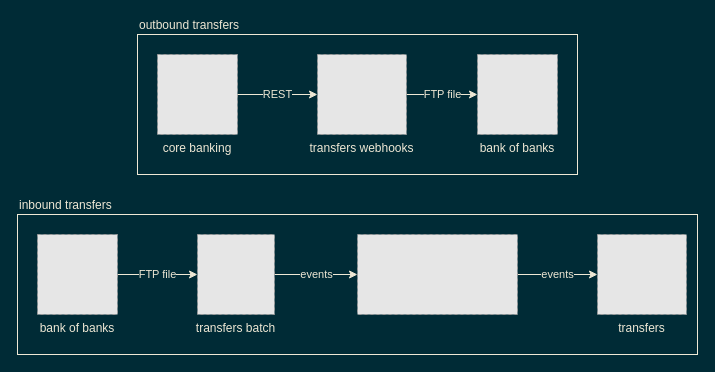
raulmiraoliver/shopify-tech_deep_dive keeps this draw.io diagram as svg-drawio/external/components.drawio. Above is the earlier version. Source tidied: cells renumbered, new cells numbered last; positions are measured from the earlier drawing's top-left corner, leaving out a move shared by most shapes. Both pictures are drawn from the tidied source at 100%, with x=0, y=0 at pixel (17, 34). Pictures stored in the file or linked from it are replaced by grey dashed boxes.
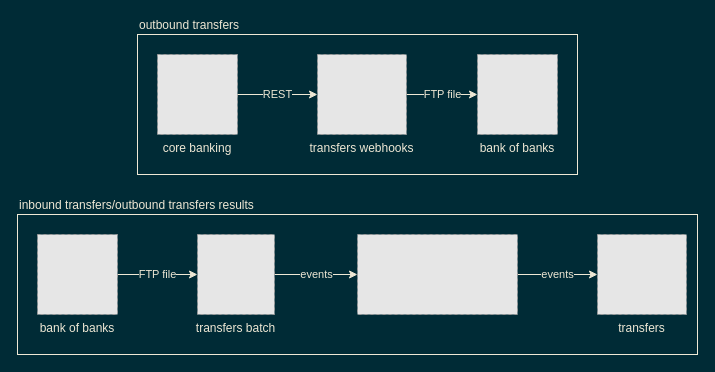
After the change.

Commit message (it also covers changes not shown here):
outbound transfer response

Diff of the diagram source:
```diff
@@
 <mxGraphModel background="#002B36">
   <root>
     <mxCell id="0" />
     <mxCell id="1" parent="0" />
-    <mxCell id="2" value="inbound transfers" style="rounded=0;whiteSpace=wrap;html=1;fontColor=#EEE8D5;fillColor=none;strokeColor=#EEE8D5;align=left;horizontal=1;labelPosition=center;verticalLabelPosition=top;verticalAlign=bottom;" parent="1" vertex="1">
+    <mxCell id="2" value="inbound transfers/outbound transfers results" style="rounded=0;whiteSpace=wrap;html=1;fontColor=#EEE8D5;fillColor=none;strokeColor=#EEE8D5;align=left;horizontal=1;labelPosition=center;verticalLabelPosition=top;verticalAlign=bottom;" parent="1" vertex="1">
       <mxGeometry y="180" width="680" height="140" as="geometry" />
     </mxCell>
     <mxCell id="3" value="outbound transfers" style="rounded=0;whiteSpace=wrap;html=1;fontColor=#EEE8D5;fillColor=none;strokeColor=#EEE8D5;align=left;horizontal=1;labelPosition=center;verticalLabelPosition=top;verticalAlign=bottom;" parent="1" vertex="1">
       <mxGeometry x="120" width="440" height="140" as="geometry" />
     </mxCell>
     <mxCell id="4" value="core banking" style="fillColor=#E6E6E6;strokeColor=#999999;dashed=1;verticalLabelPosition=bottom;verticalAlign=top;fontColor=#eee8d5;" parent="1" vertex="1">
       <mxGeometry x="140" y="20" width="80" height="80" as="geometry" />
     </mxCell>
     <mxCell id="5" value="REST" style="rounded=0;jettySize=auto;html=1;fontColor=#EEE8D5;labelBackgroundColor=#002B36;labelBorderColor=none;strokeColor=#eee8d5;startArrow=none;startFill=0;exitX=1;exitY=0.5;exitDx=0;exitDy=0;entryX=0;entryY=0.5;entryDx=0;entryDy=0;" parent="1" edge="1" source="4" target="7">
       <mxGeometry relative="1" as="geometry" />
     </mxCell>
     <mxCell id="6" value="FTP file" style="edgeStyle=orthogonalEdgeStyle;rounded=0;jettySize=auto;html=1;exitX=1;exitY=0.5;exitDx=0;exitDy=0;entryX=0;entryY=0.5;entryDx=0;entryDy=0;fontColor=#EEE8D5;strokeColor=#EEE8D5;labelBackgroundColor=#002B36;" parent="1" edge="1" source="7" target="8">
       <mxGeometry relative="1" as="geometry" />
     </mxCell>
     <mxCell id="7" value="transfers webhooks" style="fillColor=#E6E6E6;strokeColor=#999999;dashed=1;verticalLabelPosition=bottom;verticalAlign=top;fontColor=#EEE8D5;" parent="1" vertex="1">
       <mxGeometry x="300" y="20" width="89" height="80" as="geometry" />
     </mxCell>
     <mxCell id="8" value="bank of banks" style="fillColor=#E6E6E6;strokeColor=#999999;dashed=1;verticalLabelPosition=bottom;verticalAlign=top;fontColor=#EEE8D5;" parent="1" vertex="1">
       <mxGeometry x="460" y="20" width="80" height="80" as="geometry" />
     </mxCell>
     <mxCell id="9" value="FTP file" style="edgeStyle=orthogonalEdgeStyle;rounded=0;jettySize=auto;html=1;exitX=1;exitY=0.5;exitDx=0;exitDy=0;entryX=0;entryY=0.5;entryDx=0;entryDy=0;labelBackgroundColor=#002B36;strokeColor=#EEE8D5;fontColor=#EEE8D5;" parent="1" edge="1" source="10" target="12">
       <mxGeometry relative="1" as="geometry" />
     </mxCell>
     <mxCell id="10" value="bank of banks" style="fillColor=#E6E6E6;strokeColor=#999999;dashed=1;verticalLabelPosition=bottom;verticalAlign=top;fontColor=#EEE8D5;" parent="1" vertex="1">
       <mxGeometry x="20" y="200" width="80" height="80" as="geometry" />
     </mxCell>
     <mxCell id="11" value="events" style="edgeStyle=orthogonalEdgeStyle;rounded=0;jettySize=auto;html=1;exitX=1;exitY=0.5;exitDx=0;exitDy=0;entryX=0;entryY=0.5;entryDx=0;entryDy=0;labelBackgroundColor=#002B36;strokeColor=#EEE8D5;fontColor=#EEE8D5;" parent="1" edge="1" source="12" target="14">
       <mxGeometry relative="1" as="geometry" />
     </mxCell>
     <mxCell id="12" value="transfers batch" style="fillColor=#E6E6E6;strokeColor=#999999;dashed=1;verticalLabelPosition=bottom;verticalAlign=top;fontColor=#eee8d5;" parent="1" vertex="1">
       <mxGeometry x="180" y="200" width="77" height="80" as="geometry" />
     </mxCell>
     <mxCell id="13" value="events" style="edgeStyle=orthogonalEdgeStyle;rounded=0;jettySize=auto;html=1;exitX=1;exitY=0.5;exitDx=0;exitDy=0;entryX=0;entryY=0.5;entryDx=0;entryDy=0;labelBackgroundColor=#002B36;strokeColor=#EEE8D5;fontColor=#EEE8D5;" parent="1" edge="1" source="14" target="15">
       <mxGeometry relative="1" as="geometry" />
     </mxCell>
     <mxCell id="14" style="fillColor=#E6E6E6;strokeColor=#999999;dashed=1;verticalLabelPosition=bottom;verticalAlign=top;fontColor=#eee8d5;" parent="1" vertex="1">
       <mxGeometry x="340" y="200" width="160" height="80" as="geometry" />
     </mxCell>
     <mxCell id="15" value="transfers" style="fillColor=#E6E6E6;strokeColor=#999999;dashed=1;verticalLabelPosition=bottom;verticalAlign=top;fontColor=#eee8d5;" parent="1" vertex="1">
       <mxGeometry x="580" y="200" width="89" height="80" as="geometry" />
     </mxCell>
   </root>
 </mxGraphModel>
```
